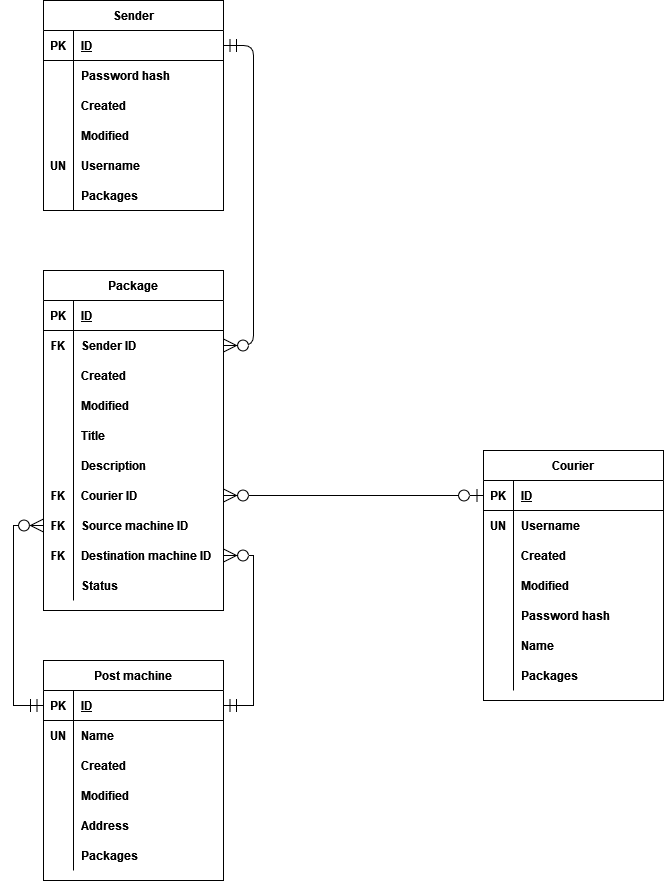
Before: databaseDiagram.drawio.png, a diagram exported from draw.io (yjhn/shipping-service). Source tidied: cells renumbered, new cells last; positions are measured from the earlier drawing's top-left corner, leaving out a move shared by most shapes.
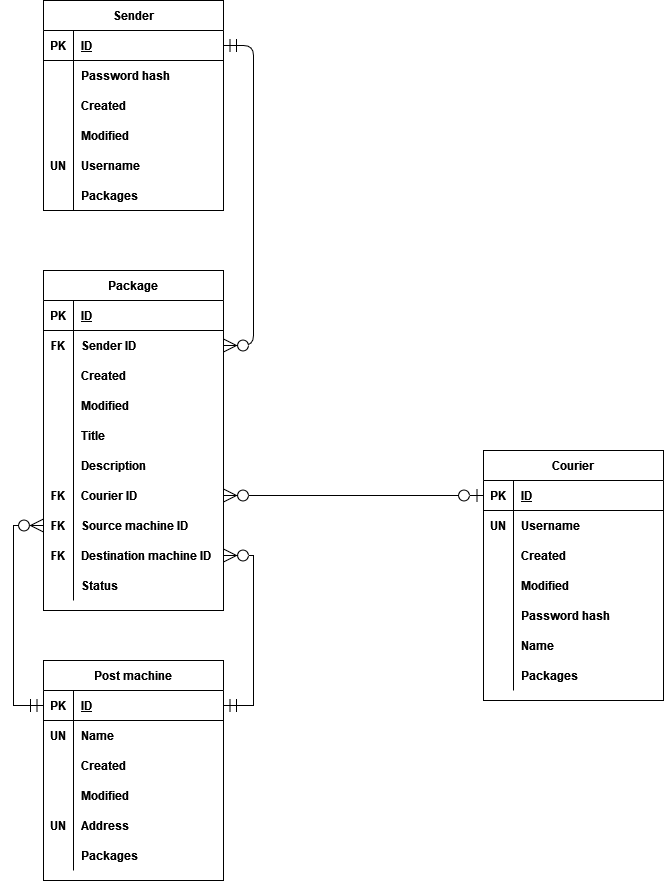
The same diagram one commit later.

Diff of the diagram source:
```diff
@@ -302,5 +302,8 @@
     <mxCell id="101" value="FK" style="shape=partialRectangle;fillColor=none;top=0;left=0;bottom=0;right=0;overflow=hidden;fontStyle=1;" parent="1" vertex="1">
       <mxGeometry y="540" width="30" height="30" as="geometry" />
     </mxCell>
+    <mxCell id="102" value="UN" style="shape=partialRectangle;fillColor=none;top=0;left=0;bottom=0;right=0;overflow=hidden;fontStyle=1;" parent="1" vertex="1">
+      <mxGeometry y="810" width="30" height="30" as="geometry" />
+    </mxCell>
   </root>
 </mxGraphModel>
```
